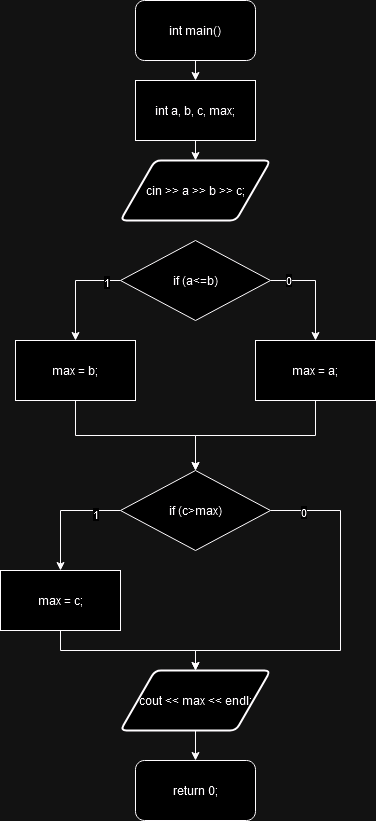
The draw.io diagram Sem_1/1_1/1_1.drawio.png in SifsnEr/pstu, before a commit. Source tidied: cells renumbered, new cells last; positions are measured from the earlier drawing's top-left corner, leaving out a move shared by most shapes. Source of this version:
```xml
<mxGraphModel>
  <root>
    <mxCell id="0" />
    <mxCell id="1" parent="0" />
    <mxCell id="2" style="edgeStyle=orthogonalEdgeStyle;rounded=0;jettySize=auto;html=1;exitX=0.5;exitY=1;exitDx=0;exitDy=0;entryX=0.5;entryY=0;entryDx=0;entryDy=0;" parent="1" edge="1" source="3" target="5">
      <mxGeometry relative="1" as="geometry" />
    </mxCell>
    <mxCell id="3" value="int main()" style="rounded=1;whiteSpace=wrap;html=1;" parent="1" vertex="1">
      <mxGeometry x="135" width="120" height="60" as="geometry" />
    </mxCell>
    <mxCell id="4" style="edgeStyle=orthogonalEdgeStyle;rounded=0;jettySize=auto;html=1;exitX=0.5;exitY=1;exitDx=0;exitDy=0;entryX=0.5;entryY=0;entryDx=0;entryDy=0;" parent="1" edge="1" source="5" target="6">
      <mxGeometry relative="1" as="geometry" />
    </mxCell>
    <mxCell id="5" value="int a, b, c, max;" style="rounded=0;whiteSpace=wrap;html=1;" parent="1" vertex="1">
      <mxGeometry x="135" y="80" width="120" height="60" as="geometry" />
    </mxCell>
    <mxCell id="6" value="cin &amp;gt;&amp;gt; a &amp;gt;&amp;gt; b &amp;gt;&amp;gt; c;" style="shape=parallelogram;html=1;strokeWidth=2;perimeter=parallelogramPerimeter;whiteSpace=wrap;rounded=1;arcSize=12;size=0.23;" parent="1" vertex="1">
      <mxGeometry x="120" y="160" width="150" height="60" as="geometry" />
    </mxCell>
    <mxCell id="7" style="edgeStyle=orthogonalEdgeStyle;rounded=0;jettySize=auto;html=1;exitX=0;exitY=0.5;exitDx=0;exitDy=0;entryX=0.5;entryY=0;entryDx=0;entryDy=0;" parent="1" edge="1" source="11" target="13">
      <mxGeometry relative="1" as="geometry" />
    </mxCell>
    <mxCell id="8" value="1" style="edgeLabel;html=1;align=center;verticalAlign=middle;" parent="7" vertex="1">
      <mxGeometry x="-0.71" y="1" relative="1" as="geometry" />
    </mxCell>
    <mxCell id="9" style="edgeStyle=orthogonalEdgeStyle;rounded=0;jettySize=auto;html=1;exitX=1;exitY=0.5;exitDx=0;exitDy=0;entryX=0.5;entryY=0;entryDx=0;entryDy=0;" parent="1" edge="1" source="11" target="15">
      <mxGeometry relative="1" as="geometry" />
    </mxCell>
    <mxCell id="10" value="0" style="edgeLabel;html=1;align=center;verticalAlign=middle;" parent="9" vertex="1">
      <mxGeometry x="-0.68" y="1" relative="1" as="geometry" />
    </mxCell>
    <mxCell id="11" value="if (a&amp;lt;=b)" style="rhombus;whiteSpace=wrap;html=1;" parent="1" vertex="1">
      <mxGeometry x="120" y="240" width="150" height="80" as="geometry" />
    </mxCell>
    <mxCell id="12" style="edgeStyle=orthogonalEdgeStyle;rounded=0;jettySize=auto;html=1;exitX=0.5;exitY=1;exitDx=0;exitDy=0;entryX=0.5;entryY=0;entryDx=0;entryDy=0;" parent="1" edge="1" source="13" target="20">
      <mxGeometry relative="1" as="geometry" />
    </mxCell>
    <mxCell id="13" value="max = b;" style="rounded=0;whiteSpace=wrap;html=1;" parent="1" vertex="1">
      <mxGeometry x="15" y="340" width="120" height="60" as="geometry" />
    </mxCell>
    <mxCell id="14" style="edgeStyle=orthogonalEdgeStyle;rounded=0;jettySize=auto;html=1;exitX=0.5;exitY=1;exitDx=0;exitDy=0;entryX=0.5;entryY=0;entryDx=0;entryDy=0;" parent="1" edge="1" source="15" target="20">
      <mxGeometry relative="1" as="geometry" />
    </mxCell>
    <mxCell id="15" value="max = a;" style="rounded=0;whiteSpace=wrap;html=1;" parent="1" vertex="1">
      <mxGeometry x="255" y="340" width="120" height="60" as="geometry" />
    </mxCell>
    <mxCell id="16" style="edgeStyle=orthogonalEdgeStyle;rounded=0;jettySize=auto;html=1;exitX=0;exitY=0.5;exitDx=0;exitDy=0;entryX=0.5;entryY=0;entryDx=0;entryDy=0;" parent="1" edge="1" source="20" target="22">
      <mxGeometry relative="1" as="geometry" />
    </mxCell>
    <mxCell id="17" value="1" style="edgeLabel;html=1;align=center;verticalAlign=middle;" parent="16" vertex="1">
      <mxGeometry x="-0.57" y="3" relative="1" as="geometry" />
    </mxCell>
    <mxCell id="18" style="edgeStyle=orthogonalEdgeStyle;rounded=0;jettySize=auto;html=1;exitX=1;exitY=0.5;exitDx=0;exitDy=0;entryX=0.5;entryY=0;entryDx=0;entryDy=0;" parent="1" edge="1" source="20" target="24">
      <mxGeometry relative="1" as="geometry">
        <Array as="points">
          <mxPoint x="340" y="510" />
          <mxPoint x="340" y="650" />
          <mxPoint x="195" y="650" />
        </Array>
      </mxGeometry>
    </mxCell>
    <mxCell id="19" value="0" style="edgeLabel;html=1;align=center;verticalAlign=middle;" parent="18" vertex="1">
      <mxGeometry x="-0.83" y="-1" relative="1" as="geometry" />
    </mxCell>
    <mxCell id="20" value="if (c&amp;gt;max)" style="rhombus;whiteSpace=wrap;html=1;" parent="1" vertex="1">
      <mxGeometry x="120" y="470" width="150" height="80" as="geometry" />
    </mxCell>
    <mxCell id="21" style="edgeStyle=orthogonalEdgeStyle;rounded=0;jettySize=auto;html=1;exitX=0.5;exitY=1;exitDx=0;exitDy=0;" parent="1" edge="1" source="22" target="24">
      <mxGeometry relative="1" as="geometry" />
    </mxCell>
    <mxCell id="22" value="max = c;" style="rounded=0;whiteSpace=wrap;html=1;" parent="1" vertex="1">
      <mxGeometry y="570" width="120" height="60" as="geometry" />
    </mxCell>
    <mxCell id="23" style="edgeStyle=orthogonalEdgeStyle;rounded=0;jettySize=auto;html=1;exitX=0.5;exitY=1;exitDx=0;exitDy=0;entryX=0.5;entryY=0;entryDx=0;entryDy=0;" parent="1" edge="1" source="24" target="25">
      <mxGeometry relative="1" as="geometry" />
    </mxCell>
    <mxCell id="24" value="cout &amp;lt;&amp;lt; max &amp;lt;&amp;lt; endl;" style="shape=parallelogram;html=1;strokeWidth=2;perimeter=parallelogramPerimeter;whiteSpace=wrap;rounded=1;arcSize=12;size=0.23;" parent="1" vertex="1">
      <mxGeometry x="120" y="670" width="150" height="60" as="geometry" />
    </mxCell>
    <mxCell id="25" value="return 0;" style="rounded=1;whiteSpace=wrap;html=1;" parent="1" vertex="1">
      <mxGeometry x="135" y="760" width="120" height="60" as="geometry" />
    </mxCell>
  </root>
</mxGraphModel>
```
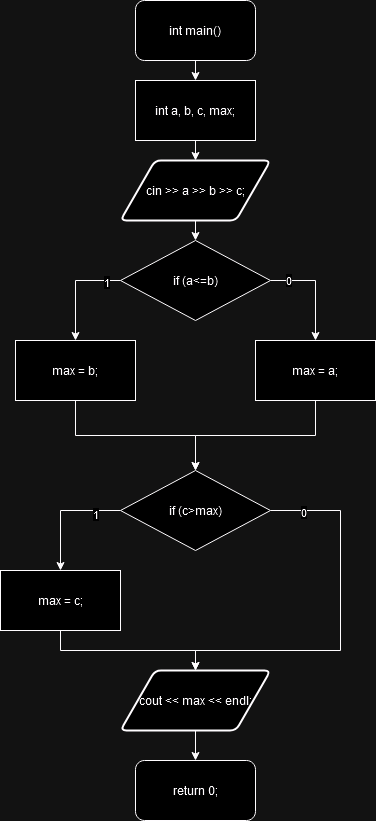
Above is the later version.

Diff of the diagram source:
```diff
@@ -14,6 +14,9 @@
     <mxCell id="5" value="int a, b, c, max;" style="rounded=0;whiteSpace=wrap;html=1;" parent="1" vertex="1">
       <mxGeometry x="135" y="80" width="120" height="60" as="geometry" />
     </mxCell>
+    <mxCell id="26" style="edgeStyle=orthogonalEdgeStyle;rounded=0;jettySize=auto;html=1;exitX=0.5;exitY=1;exitDx=0;exitDy=0;entryX=0.5;entryY=0;entryDx=0;entryDy=0;" parent="1" edge="1" source="6" target="11">
+      <mxGeometry relative="1" as="geometry" />
+    </mxCell>
     <mxCell id="6" value="cin &amp;gt;&amp;gt; a &amp;gt;&amp;gt; b &amp;gt;&amp;gt; c;" style="shape=parallelogram;html=1;strokeWidth=2;perimeter=parallelogramPerimeter;whiteSpace=wrap;rounded=1;arcSize=12;size=0.23;" parent="1" vertex="1">
       <mxGeometry x="120" y="160" width="150" height="60" as="geometry" />
     </mxCell>
```
